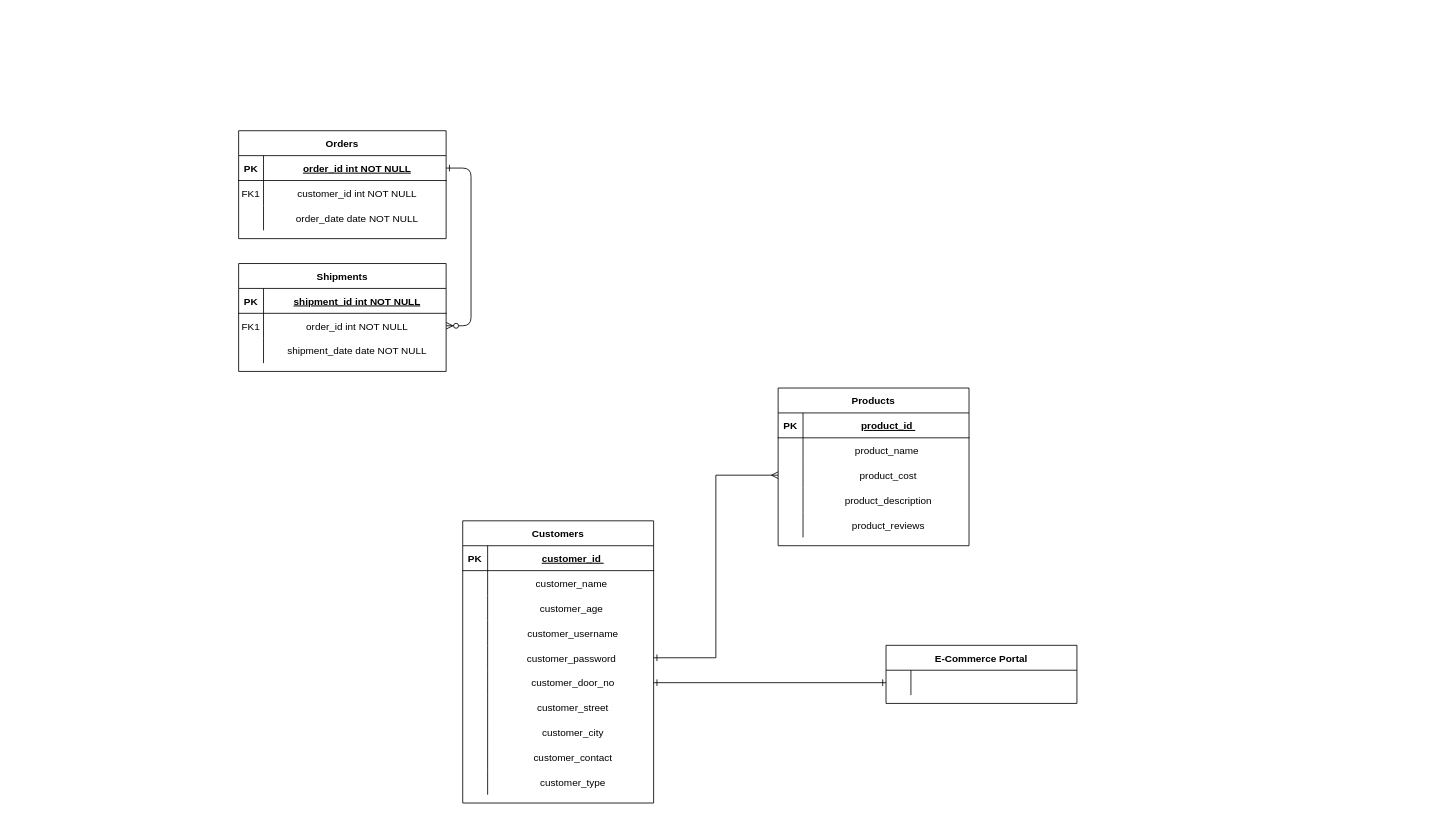
The draw.io diagram ECommERT.drawio in adithkrishnan98/ECommerce-Java, before the edit. Source tidied: cells renumbered, new cells numbered last; positions are measured from the earlier drawing's top-left corner, leaving out a move shared by most shapes. Both pictures are drawn from the tidied source at 83%, with x=0, y=0 at pixel (238, 130).
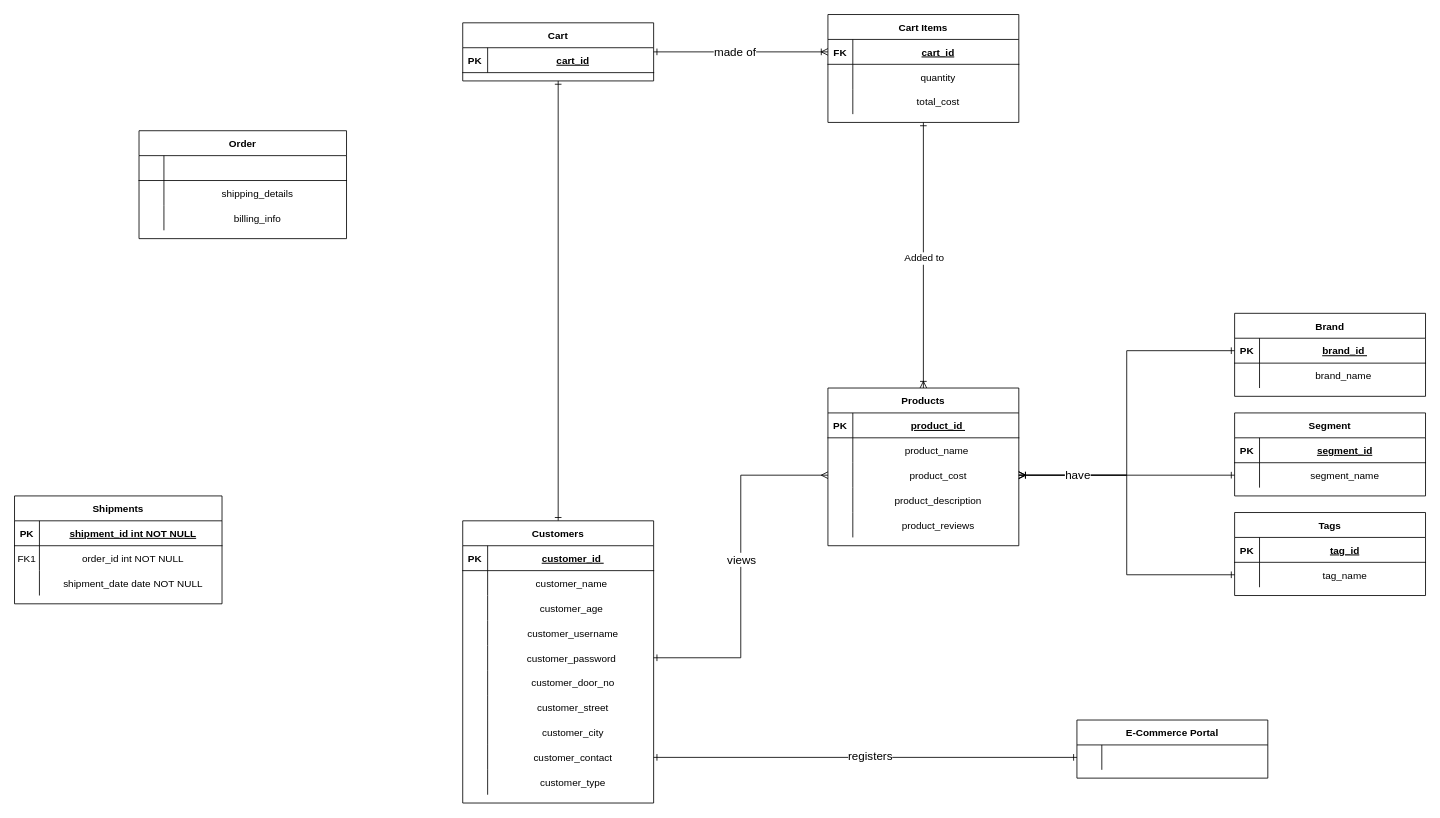
Above is the later version.

The change refers to these unchanged cells:
```xml
<mxCell id="4" style="shape=partialRectangle;fillColor=none;points=[[0,0.5],[1,0.5]];portConstraint=eastwest;top=0;left=0;right=0;bottom=1;align=center;" parent="3" vertex="1">
  <mxGeometry y="30" width="250" height="30" as="geometry" />
</mxCell>
<mxCell id="7" style="shape=partialRectangle;fillColor=none;top=0;left=0;right=0;bottom=0;align=center;" parent="3" vertex="1">
  <mxGeometry y="60" width="250" height="30" as="geometry" />
</mxCell>
<mxCell id="10" style="shape=partialRectangle;fillColor=none;top=0;left=0;right=0;bottom=0;align=center;" parent="3" vertex="1">
  <mxGeometry y="90" width="250" height="30" as="geometry" />
</mxCell>
<mxCell id="17" style="shape=partialRectangle;fillColor=none;points=[[0,0.5],[1,0.5]];portConstraint=eastwest;top=0;left=0;right=0;bottom=0;align=center;" parent="13" vertex="1">
  <mxGeometry y="60" width="250" height="30" as="geometry" />
</mxCell>
<mxCell id="23" value="Customers" style="shape=table;startSize=30;childLayout=tableLayout;rowLines=0;fontStyle=1;align=center;" parent="1" vertex="1">
  <mxGeometry x="270" y="470" width="230" height="340" as="geometry" />
</mxCell>
<mxCell id="39" style="shape=partialRectangle;fillColor=none;points=[[0,0.5],[1,0.5]];portConstraint=eastwest;top=0;left=0;right=0;bottom=0;align=center;" parent="23" vertex="1">
  <mxGeometry y="180" width="230" height="30" as="geometry" />
</mxCell>
<mxCell id="48" style="shape=partialRectangle;fillColor=none;points=[[0,0.5],[1,0.5]];portConstraint=eastwest;top=0;left=0;right=0;bottom=0;align=center;" parent="23" vertex="1">
  <mxGeometry y="270" width="230" height="30" as="geometry" />
</mxCell>
<mxCell id="62" style="shape=partialRectangle;fillColor=none;points=[[0,0.5],[1,0.5]];portConstraint=eastwest;top=0;left=0;right=0;bottom=0;align=center;" parent="55" vertex="1">
  <mxGeometry y="90" width="230" height="30" as="geometry" />
</mxCell>
<mxCell id="73" style="shape=partialRectangle;fillColor=none;points=[[0,0.5],[1,0.5]];portConstraint=eastwest;top=0;left=0;right=0;bottom=0;align=center;" parent="72" vertex="1">
  <mxGeometry y="30" width="230" height="30" as="geometry" />
</mxCell>
<mxCell id="77" style="edgeStyle=orthogonalEdgeStyle;rounded=0;jettySize=auto;html=1;entryX=0;entryY=0.5;entryDx=0;entryDy=0;startArrow=ERone;startFill=0;endArrow=ERmany;endFill=0;align=center;" parent="1" edge="1" source="36" target="62">
  <mxGeometry relative="1" as="geometry" />
</mxCell>
```

Diff of the diagram source:
```diff
@@
-    <mxCell id="2" style="edgeStyle=entityRelationEdgeStyle;endArrow=ERzeroToMany;startArrow=ERone;endFill=1;startFill=0;align=center;" parent="1" edge="1" source="4" target="17">
-      <mxGeometry relative="1" as="geometry" />
-    </mxCell>
-    <mxCell id="3" value="Orders" style="shape=table;startSize=30;childLayout=tableLayout;rowLines=0;fontStyle=1;align=center;" parent="1" vertex="1">
-      <mxGeometry width="250" height="130" as="geometry" />
+    <mxCell id="3" value="Order" style="shape=table;startSize=30;childLayout=tableLayout;rowLines=0;fontStyle=1;align=center;" parent="1" vertex="1">
+      <mxGeometry x="-120" width="250" height="130" as="geometry" />
     </mxCell>
@@
-    <mxCell id="5" value="PK" style="shape=partialRectangle;overflow=hidden;fillColor=none;top=0;left=0;bottom=0;right=0;fontStyle=1;align=center;" parent="4" vertex="1">
+    <mxCell id="5" style="shape=partialRectangle;overflow=hidden;fillColor=none;top=0;left=0;bottom=0;right=0;fontStyle=1;align=center;" parent="4" vertex="1">
       <mxGeometry width="30" height="30" as="geometry" />
     </mxCell>
-    <mxCell id="6" value="order_id int NOT NULL " style="shape=partialRectangle;overflow=hidden;fillColor=none;top=0;left=0;bottom=0;right=0;align=center;spacingLeft=6;fontStyle=5;" parent="4" vertex="1">
+    <mxCell id="6" style="shape=partialRectangle;overflow=hidden;fillColor=none;top=0;left=0;bottom=0;right=0;align=center;spacingLeft=6;fontStyle=5;" parent="4" vertex="1">
       <mxGeometry x="30" width="220" height="30" as="geometry" />
     </mxCell>
@@
-    <mxCell id="8" value="FK1" style="shape=partialRectangle;overflow=hidden;fillColor=none;top=0;left=0;bottom=0;right=0;align=center;" parent="7" vertex="1">
+    <mxCell id="8" style="shape=partialRectangle;overflow=hidden;fillColor=none;top=0;left=0;bottom=0;right=0;align=center;" parent="7" vertex="1">
       <mxGeometry width="30" height="30" as="geometry" />
     </mxCell>
-    <mxCell id="9" value="customer_id int NOT NULL" style="shape=partialRectangle;overflow=hidden;fillColor=none;top=0;left=0;bottom=0;right=0;align=center;spacingLeft=6;" parent="7" vertex="1">
+    <mxCell id="9" value="shipping_details" style="shape=partialRectangle;overflow=hidden;fillColor=none;top=0;left=0;bottom=0;right=0;align=center;spacingLeft=6;" parent="7" vertex="1">
       <mxGeometry x="30" width="220" height="30" as="geometry" />
     </mxCell>
@@
-    <mxCell id="12" value="order_date date NOT NULL" style="shape=partialRectangle;overflow=hidden;fillColor=none;top=0;left=0;bottom=0;right=0;align=center;spacingLeft=6;" parent="10" vertex="1">
+    <mxCell id="12" value="billing_info" style="shape=partialRectangle;overflow=hidden;fillColor=none;top=0;left=0;bottom=0;right=0;align=center;spacingLeft=6;" parent="10" vertex="1">
       <mxGeometry x="30" width="220" height="30" as="geometry" />
     </mxCell>
     <mxCell id="13" value="Shipments" style="shape=table;startSize=30;childLayout=tableLayout;rowLines=0;fontStyle=1;align=center;" parent="1" vertex="1">
-      <mxGeometry y="160" width="250" height="130" as="geometry" />
+      <mxGeometry x="-270" y="440" width="250" height="130" as="geometry" />
     </mxCell>
@@
+    <mxCell id="79" style="edgeStyle=orthogonalEdgeStyle;rounded=0;jettySize=auto;html=1;entryX=0.5;entryY=1;entryDx=0;entryDy=0;fontSize=14;startArrow=ERone;startFill=0;endArrow=ERone;endFill=0;align=center;" parent="1" edge="1" source="23" target="125">
+      <mxGeometry relative="1" as="geometry" />
+    </mxCell>
@@
+    <mxCell id="80" style="edgeStyle=orthogonalEdgeStyle;rounded=0;jettySize=auto;html=1;entryX=0.5;entryY=1;entryDx=0;entryDy=0;startArrow=ERoneToMany;startFill=0;endArrow=ERone;endFill=0;align=center;" parent="1" edge="1" source="55" target="112">
+      <mxGeometry relative="1" as="geometry" />
+    </mxCell>
+    <mxCell id="81" value="&lt;font style=&quot;font-size: 12px&quot;&gt;Added to&lt;/font&gt;" style="edgeLabel;html=1;align=center;verticalAlign=middle;" parent="80" vertex="1">
+      <mxGeometry x="-0.02" relative="1" as="geometry" />
+    </mxCell>
     <mxCell id="55" value="Products" style="shape=table;startSize=30;childLayout=tableLayout;rowLines=0;fontStyle=1;align=center;" parent="1" vertex="1">
-      <mxGeometry x="650" y="310" width="230" height="190" as="geometry" />
+      <mxGeometry x="710" y="310" width="230" height="190" as="geometry" />
     </mxCell>
@@
     <mxCell id="72" value="E-Commerce Portal" style="shape=table;startSize=30;childLayout=tableLayout;rowLines=0;fontStyle=1;align=center;" parent="1" vertex="1">
-      <mxGeometry x="780" y="620" width="230" height="70" as="geometry" />
+      <mxGeometry x="1010" y="710" width="230" height="70" as="geometry" />
     </mxCell>
@@
+    <mxCell id="82" value="views" style="edgeLabel;html=1;align=center;verticalAlign=middle;fontSize=14;" parent="77" vertex="1">
+      <mxGeometry x="0.04" relative="1" as="geometry" />
+    </mxCell>
-    <mxCell id="78" style="edgeStyle=orthogonalEdgeStyle;rounded=0;jettySize=auto;html=1;entryX=0;entryY=0.5;entryDx=0;entryDy=0;startArrow=ERone;startFill=0;endArrow=ERone;endFill=0;align=center;" parent="1" edge="1" source="39" target="73">
+    <mxCell id="78" style="edgeStyle=orthogonalEdgeStyle;rounded=0;jettySize=auto;html=1;entryX=0;entryY=0.5;entryDx=0;entryDy=0;startArrow=ERone;startFill=0;endArrow=ERone;endFill=0;align=center;exitX=1;exitY=0.5;exitDx=0;exitDy=0;" parent="1" edge="1" source="48" target="73">
       <mxGeometry relative="1" as="geometry" />
     </mxCell>
+    <mxCell id="83" value="registers" style="edgeLabel;html=1;align=center;verticalAlign=middle;fontSize=14;" parent="78" vertex="1">
+      <mxGeometry x="0.02" y="2" relative="1" as="geometry" />
+    </mxCell>
+    <mxCell id="84" value="Brand" style="shape=table;startSize=30;childLayout=tableLayout;rowLines=0;fontStyle=1;align=center;" parent="1" vertex="1">
+      <mxGeometry x="1200" y="220" width="230" height="100" as="geometry" />
+    </mxCell>
+    <mxCell id="85" style="shape=partialRectangle;fillColor=none;points=[[0,0.5],[1,0.5]];portConstraint=eastwest;top=0;left=0;right=0;bottom=1;align=center;" parent="84" vertex="1">
+      <mxGeometry y="30" width="230" height="30" as="geometry" />
+    </mxCell>
+    <mxCell id="86" value="PK" style="shape=partialRectangle;overflow=hidden;fillColor=none;top=0;left=0;bottom=0;right=0;fontStyle=1;align=center;" parent="85" vertex="1">
+      <mxGeometry width="30" height="30" as="geometry" />
+    </mxCell>
+    <mxCell id="87" value="brand_id " style="shape=partialRectangle;overflow=hidden;fillColor=none;top=0;left=0;bottom=0;right=0;align=center;spacingLeft=6;fontStyle=5;" parent="85" vertex="1">
+      <mxGeometry x="30" width="200" height="30" as="geometry" />
+    </mxCell>
+    <mxCell id="88" style="shape=partialRectangle;fillColor=none;top=0;left=0;right=0;bottom=0;align=center;" parent="84" vertex="1">
+      <mxGeometry y="60" width="230" height="30" as="geometry" />
+    </mxCell>
+    <mxCell id="89" style="shape=partialRectangle;overflow=hidden;fillColor=none;top=0;left=0;bottom=0;right=0;align=center;" parent="88" vertex="1">
+      <mxGeometry width="30" height="30" as="geometry" />
+    </mxCell>
+    <mxCell id="90" value="brand_name " style="shape=partialRectangle;overflow=hidden;fillColor=none;top=0;left=0;bottom=0;right=0;align=center;spacingLeft=6;" parent="88" vertex="1">
+      <mxGeometry x="30" width="200" height="30" as="geometry" />
+    </mxCell>
+    <mxCell id="91" style="edgeStyle=orthogonalEdgeStyle;rounded=0;orthogonalLoop=1;jettySize=auto;html=1;exitX=1;exitY=0.5;exitDx=0;exitDy=0;startArrow=none;startFill=0;endArrow=none;endFill=0;align=center;" parent="84" edge="1">
+      <mxGeometry relative="1" as="geometry" />
+    </mxCell>
+    <mxCell id="92" value="Segment" style="shape=table;startSize=30;childLayout=tableLayout;rowLines=0;fontStyle=1;align=center;" parent="1" vertex="1">
+      <mxGeometry x="1200" y="340" width="230" height="100" as="geometry" />
+    </mxCell>
+    <mxCell id="93" style="shape=partialRectangle;fillColor=none;top=0;left=0;right=0;bottom=1;align=center;" parent="92" vertex="1">
+      <mxGeometry y="30" width="230" height="30" as="geometry" />
+    </mxCell>
+    <mxCell id="94" value="PK" style="shape=partialRectangle;overflow=hidden;fillColor=none;top=0;left=0;bottom=0;right=0;fontStyle=1;align=center;" parent="93" vertex="1">
+      <mxGeometry width="30" height="30" as="geometry" />
+    </mxCell>
+    <mxCell id="95" value="segment_id" style="shape=partialRectangle;overflow=hidden;fillColor=none;top=0;left=0;bottom=0;right=0;align=center;spacingLeft=6;fontStyle=5;" parent="93" vertex="1">
+      <mxGeometry x="30" width="200" height="30" as="geometry" />
+    </mxCell>
+    <mxCell id="96" style="shape=partialRectangle;fillColor=none;points=[[0,0.5],[1,0.5]];portConstraint=eastwest;top=0;left=0;right=0;bottom=0;align=center;" parent="92" vertex="1">
+      <mxGeometry y="60" width="230" height="30" as="geometry" />
+    </mxCell>
+    <mxCell id="97" style="shape=partialRectangle;overflow=hidden;fillColor=none;top=0;left=0;bottom=0;right=0;align=center;" parent="96" vertex="1">
+      <mxGeometry width="30" height="30" as="geometry" />
+    </mxCell>
+    <mxCell id="98" value="segment_name" style="shape=partialRectangle;overflow=hidden;fillColor=none;top=0;left=0;bottom=0;right=0;align=center;spacingLeft=6;" parent="96" vertex="1">
+      <mxGeometry x="30" width="200" height="30" as="geometry" />
+    </mxCell>
+    <mxCell id="99" style="edgeStyle=orthogonalEdgeStyle;rounded=0;orthogonalLoop=1;jettySize=auto;html=1;exitX=1;exitY=0.5;exitDx=0;exitDy=0;startArrow=none;startFill=0;endArrow=none;endFill=0;align=center;" parent="92" edge="1">
+      <mxGeometry relative="1" as="geometry" />
+    </mxCell>
+    <mxCell id="100" value="Tags" style="shape=table;startSize=30;childLayout=tableLayout;rowLines=0;fontStyle=1;align=center;" parent="1" vertex="1">
+      <mxGeometry x="1200" y="460" width="230" height="100" as="geometry" />
+    </mxCell>
+    <mxCell id="101" style="shape=partialRectangle;fillColor=none;top=0;left=0;right=0;bottom=1;align=center;" parent="100" vertex="1">
+      <mxGeometry y="30" width="230" height="30" as="geometry" />
+    </mxCell>
+    <mxCell id="102" value="PK" style="shape=partialRectangle;overflow=hidden;fillColor=none;top=0;left=0;bottom=0;right=0;fontStyle=1;align=center;" parent="101" vertex="1">
+      <mxGeometry width="30" height="30" as="geometry" />
+    </mxCell>
+    <mxCell id="103" value="tag_id" style="shape=partialRectangle;overflow=hidden;fillColor=none;top=0;left=0;bottom=0;right=0;align=center;spacingLeft=6;fontStyle=5;" parent="101" vertex="1">
+      <mxGeometry x="30" width="200" height="30" as="geometry" />
+    </mxCell>
+    <mxCell id="104" style="shape=partialRectangle;fillColor=none;points=[[0,0.5],[1,0.5]];portConstraint=eastwest;top=0;left=0;right=0;bottom=0;align=center;" parent="100" vertex="1">
+      <mxGeometry y="60" width="230" height="30" as="geometry" />
+    </mxCell>
+    <mxCell id="105" style="shape=partialRectangle;overflow=hidden;fillColor=none;top=0;left=0;bottom=0;right=0;align=center;" parent="104" vertex="1">
+      <mxGeometry width="30" height="30" as="geometry" />
+    </mxCell>
+    <mxCell id="106" value="tag_name" style="shape=partialRectangle;overflow=hidden;fillColor=none;top=0;left=0;bottom=0;right=0;align=center;spacingLeft=6;" parent="104" vertex="1">
+      <mxGeometry x="30" width="200" height="30" as="geometry" />
+    </mxCell>
+    <mxCell id="107" style="edgeStyle=orthogonalEdgeStyle;rounded=0;orthogonalLoop=1;jettySize=auto;html=1;exitX=1;exitY=0.5;exitDx=0;exitDy=0;startArrow=none;startFill=0;endArrow=none;endFill=0;align=center;" parent="100" edge="1">
+      <mxGeometry relative="1" as="geometry" />
+    </mxCell>
+    <mxCell id="108" style="edgeStyle=orthogonalEdgeStyle;rounded=0;jettySize=auto;html=1;entryX=0;entryY=0.5;entryDx=0;entryDy=0;startArrow=ERoneToMany;startFill=0;endArrow=ERone;endFill=0;align=center;" parent="1" edge="1" source="62" target="85">
+      <mxGeometry relative="1" as="geometry" />
+    </mxCell>
+    <mxCell id="109" style="edgeStyle=orthogonalEdgeStyle;rounded=0;jettySize=auto;html=1;exitX=1;exitY=0.5;exitDx=0;exitDy=0;entryX=0;entryY=0.5;entryDx=0;entryDy=0;startArrow=ERoneToMany;startFill=0;endArrow=ERone;endFill=0;align=center;" parent="1" edge="1" source="62" target="96">
+      <mxGeometry relative="1" as="geometry" />
+    </mxCell>
+    <mxCell id="110" style="edgeStyle=orthogonalEdgeStyle;rounded=0;jettySize=auto;html=1;exitX=1;exitY=0.5;exitDx=0;exitDy=0;startArrow=ERoneToMany;startFill=0;endArrow=ERone;endFill=0;align=center;" parent="1" edge="1" source="62" target="104">
+      <mxGeometry relative="1" as="geometry" />
+    </mxCell>
+    <mxCell id="111" value="have" style="edgeLabel;html=1;align=center;verticalAlign=middle;fontSize=14;" parent="110" vertex="1">
+      <mxGeometry x="-0.63" y="1" relative="1" as="geometry" />
+    </mxCell>
+    <mxCell id="112" value="Cart Items" style="shape=table;startSize=30;childLayout=tableLayout;rowLines=0;fontStyle=1;align=center;" parent="1" vertex="1">
+      <mxGeometry x="710" y="-140" width="230" height="130" as="geometry" />
+    </mxCell>
+    <mxCell id="113" style="shape=partialRectangle;fillColor=none;points=[[0,0.5],[1,0.5]];portConstraint=eastwest;top=0;left=0;right=0;bottom=1;align=center;" parent="112" vertex="1">
+      <mxGeometry y="30" width="230" height="30" as="geometry" />
+    </mxCell>
+    <mxCell id="114" value="FK" style="shape=partialRectangle;overflow=hidden;fillColor=none;top=0;left=0;bottom=0;right=0;fontStyle=1;align=center;" parent="113" vertex="1">
+      <mxGeometry width="30" height="30" as="geometry" />
+    </mxCell>
+    <mxCell id="115" value="cart_id" style="shape=partialRectangle;overflow=hidden;fillColor=none;top=0;left=0;bottom=0;right=0;align=center;spacingLeft=6;fontStyle=5;" parent="113" vertex="1">
+      <mxGeometry x="30" width="200" height="30" as="geometry" />
+    </mxCell>
+    <mxCell id="116" style="shape=partialRectangle;fillColor=none;top=0;left=0;right=0;bottom=0;align=center;" parent="112" vertex="1">
+      <mxGeometry y="60" width="230" height="30" as="geometry" />
+    </mxCell>
+    <mxCell id="117" style="shape=partialRectangle;overflow=hidden;fillColor=none;top=0;left=0;bottom=0;right=0;align=center;" parent="116" vertex="1">
+      <mxGeometry width="30" height="30" as="geometry" />
+    </mxCell>
+    <mxCell id="118" value="quantity" style="shape=partialRectangle;overflow=hidden;fillColor=none;top=0;left=0;bottom=0;right=0;align=center;spacingLeft=6;" parent="116" vertex="1">
+      <mxGeometry x="30" width="200" height="30" as="geometry" />
+    </mxCell>
+    <mxCell id="119" style="shape=partialRectangle;fillColor=none;top=0;left=0;right=0;bottom=0;align=center;" parent="112" vertex="1">
+      <mxGeometry y="90" width="230" height="30" as="geometry" />
+    </mxCell>
+    <mxCell id="120" style="shape=partialRectangle;overflow=hidden;fillColor=none;top=0;left=0;bottom=0;right=0;align=center;" parent="119" vertex="1">
+      <mxGeometry width="30" height="30" as="geometry" />
+    </mxCell>
+    <mxCell id="121" value="total_cost" style="shape=partialRectangle;overflow=hidden;fillColor=none;top=0;left=0;bottom=0;right=0;align=center;spacingLeft=6;" parent="119" vertex="1">
+      <mxGeometry x="30" width="200" height="30" as="geometry" />
+    </mxCell>
+    <mxCell id="122" style="edgeStyle=orthogonalEdgeStyle;rounded=0;orthogonalLoop=1;jettySize=auto;html=1;exitX=1;exitY=0.5;exitDx=0;exitDy=0;startArrow=none;startFill=0;endArrow=none;endFill=0;align=center;" parent="112" edge="1">
+      <mxGeometry relative="1" as="geometry" />
+    </mxCell>
+    <mxCell id="123" style="edgeStyle=orthogonalEdgeStyle;rounded=0;jettySize=auto;html=1;entryX=0;entryY=0.5;entryDx=0;entryDy=0;fontSize=14;startArrow=ERone;startFill=0;endArrow=ERoneToMany;endFill=0;align=center;" parent="1" edge="1" source="125" target="113">
+      <mxGeometry relative="1" as="geometry" />
+    </mxCell>
+    <mxCell id="124" value="made of" style="edgeLabel;html=1;align=center;verticalAlign=middle;fontSize=14;" parent="123" vertex="1">
+      <mxGeometry x="-0.08" y="1" relative="1" as="geometry" />
+    </mxCell>
+    <mxCell id="125" value="Cart" style="shape=table;startSize=30;childLayout=tableLayout;rowLines=0;fontStyle=1;align=center;" parent="1" vertex="1">
+      <mxGeometry x="270" y="-130" width="230" height="70" as="geometry" />
+    </mxCell>
+    <mxCell id="126" style="shape=partialRectangle;fillColor=none;top=0;left=0;right=0;bottom=1;align=center;" parent="125" vertex="1">
+      <mxGeometry y="30" width="230" height="30" as="geometry" />
+    </mxCell>
+    <mxCell id="127" value="PK" style="shape=partialRectangle;overflow=hidden;fillColor=none;top=0;left=0;bottom=0;right=0;fontStyle=1;align=center;" parent="126" vertex="1">
+      <mxGeometry width="30" height="30" as="geometry" />
+    </mxCell>
+    <mxCell id="128" value="cart_id" style="shape=partialRectangle;overflow=hidden;fillColor=none;top=0;left=0;bottom=0;right=0;align=center;spacingLeft=6;fontStyle=5;" parent="126" vertex="1">
+      <mxGeometry x="30" width="200" height="30" as="geometry" />
+    </mxCell>
+    <mxCell id="129" style="edgeStyle=orthogonalEdgeStyle;rounded=0;orthogonalLoop=1;jettySize=auto;html=1;exitX=1;exitY=0.5;exitDx=0;exitDy=0;startArrow=none;startFill=0;endArrow=none;endFill=0;align=center;" parent="125" edge="1">
+      <mxGeometry relative="1" as="geometry" />
+    </mxCell>
```
